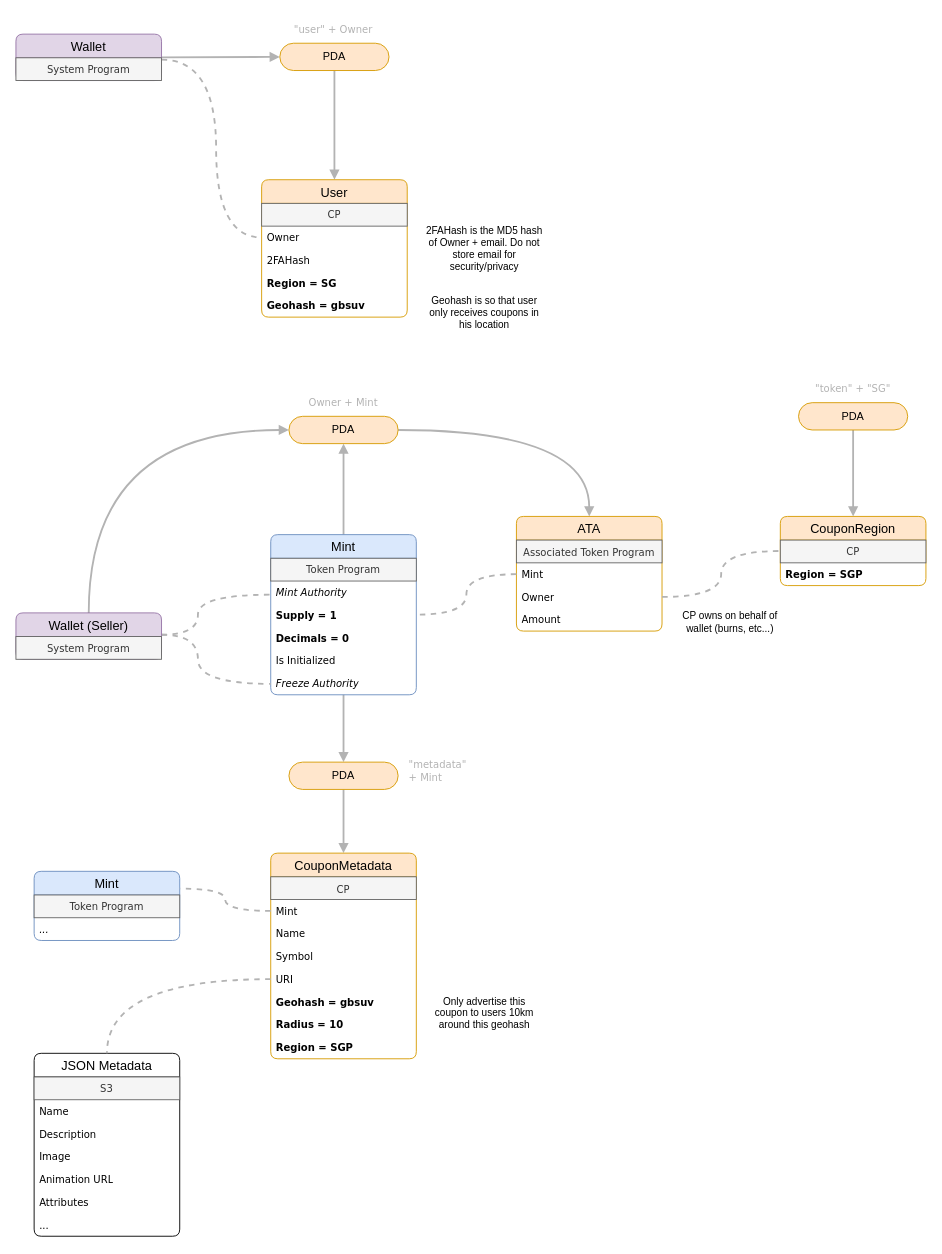
Above: RFCs/accounts.drawio in HMXHIU/christmas (draw.io), before the change. Source tidied: cells renumbered, new cells numbered last; positions are measured from the earlier drawing's top-left corner, leaving out a move shared by most shapes. Both pictures are drawn from the tidied source at 91%, with x=0, y=0 at pixel (15, 15).
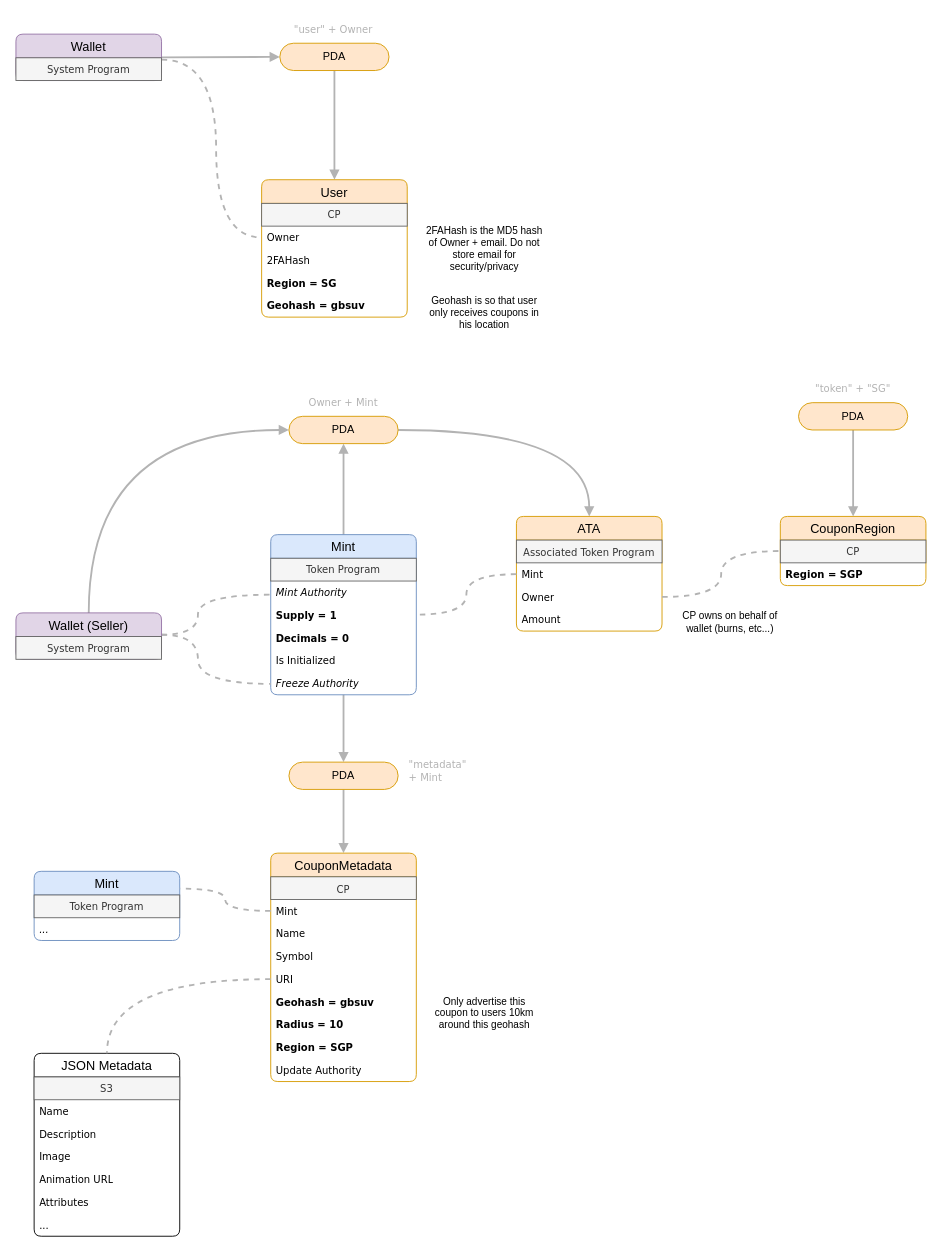
The same diagram, later.

Diff of the diagram source:
```diff
@@
     <mxCell id="48" value="CouponMetadata" style="swimlane;fontStyle=0;horizontal=1;startSize=26;align=center;fontSize=14;fillColor=#ffe6cc;strokeColor=#d79b00;arcSize=10;rounded=1;fontColor=#000000;" parent="1" vertex="1">
-      <mxGeometry x="280" y="920" width="160" height="226" as="geometry" />
+      <mxGeometry x="280" y="920" width="160" height="251" as="geometry" />
     </mxCell>
@@
+    <mxCell id="74" value="&lt;span style=&quot;font-size: 11px;&quot;&gt;Update Authority&lt;/span&gt;" style="text;spacingLeft=4;spacingRight=4;overflow=hidden;fontSize=11;whiteSpace=wrap;html=1;align=left;fontFamily=Verdana;" parent="48" vertex="1">
+      <mxGeometry y="226" width="160" height="25" as="geometry" />
+    </mxCell>
```
